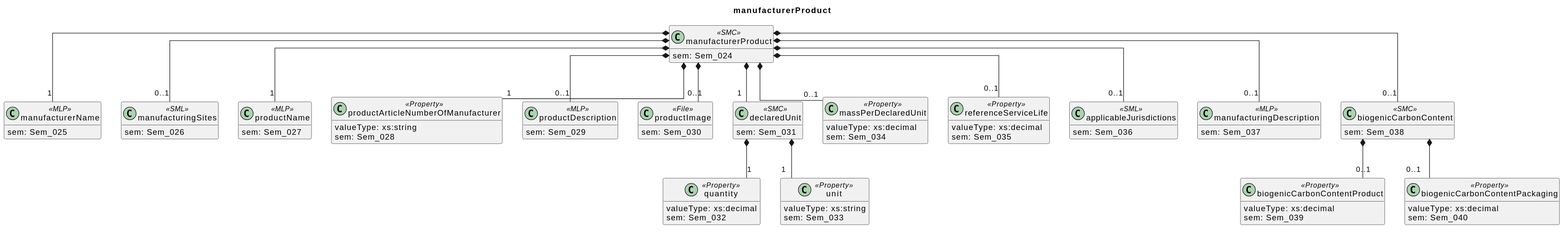
Before: docs/model/sections/manufacturerProduct.svg, a diagram exported from PlantUML (Leeeks/aas-epd-type-iii-submodel).
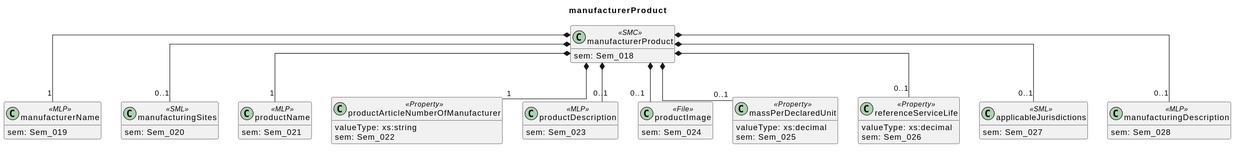
After the change.

What changed in the source:
```diff
@@ -5,62 +5,40 @@
 hide empty members
 
 class manufacturerProduct <<SMC>> {
-  sem: Sem_024
+  sem: Sem_018
 }
 class manufacturerName <<MLP>> {
-  sem: Sem_025
+  sem: Sem_019
 }
 class manufacturingSites <<SML>> {
-  sem: Sem_026
+  sem: Sem_020
 }
 class productName <<MLP>> {
-  sem: Sem_027
+  sem: Sem_021
 }
 class productArticleNumberOfManufacturer <<Property>> {
   valueType: xs:string
-  sem: Sem_028
+  sem: Sem_022
 }
 class productDescription <<MLP>> {
-  sem: Sem_029
+  sem: Sem_023
 }
 class productImage <<File>> {
-  sem: Sem_030
-}
-class declaredUnit <<SMC>> {
-  sem: Sem_031
-}
-class quantity <<Property>> {
-  valueType: xs:decimal
-  sem: Sem_032
-}
-class unit <<Property>> {
-  valueType: xs:string
-  sem: Sem_033
+  sem: Sem_024
 }
 class massPerDeclaredUnit <<Property>> {
   valueType: xs:decimal
-  sem: Sem_034
+  sem: Sem_025
 }
 class referenceServiceLife <<Property>> {
   valueType: xs:decimal
-  sem: Sem_035
+  sem: Sem_026
 }
 class applicableJurisdictions <<SML>> {
-  sem: Sem_036
+  sem: Sem_027
 }
 class manufacturingDescription <<MLP>> {
-  sem: Sem_037
-}
-class biogenicCarbonContent <<SMC>> {
-  sem: Sem_038
-}
-class biogenicCarbonContentProduct <<Property>> {
-  valueType: xs:decimal
-  sem: Sem_039
-}
-class biogenicCarbonContentPackaging <<Property>> {
-  valueType: xs:decimal
-  sem: Sem_040
+  sem: Sem_028
 }
 
 manufacturerProduct *-- "1" manufacturerName
@@ -69,14 +47,8 @@
 manufacturerProduct *-- "1" productArticleNumberOfManufacturer
 manufacturerProduct *-- "0..1" productDescription
 manufacturerProduct *-- "0..1" productImage
-manufacturerProduct *-- "1" declaredUnit
-declaredUnit *-- "1" quantity
-declaredUnit *-- "1" unit
 manufacturerProduct *-- "0..1" massPerDeclaredUnit
 manufacturerProduct *-- "0..1" referenceServiceLife
 manufacturerProduct *-- "0..1" applicableJurisdictions
 manufacturerProduct *-- "0..1" manufacturingDescription
-manufacturerProduct *-- "0..1" biogenicCarbonContent
-biogenicCarbonContent *-- "0..1" biogenicCarbonContentProduct
-biogenicCarbonContent *-- "0..1" biogenicCarbonContentPackaging
 @enduml
```
